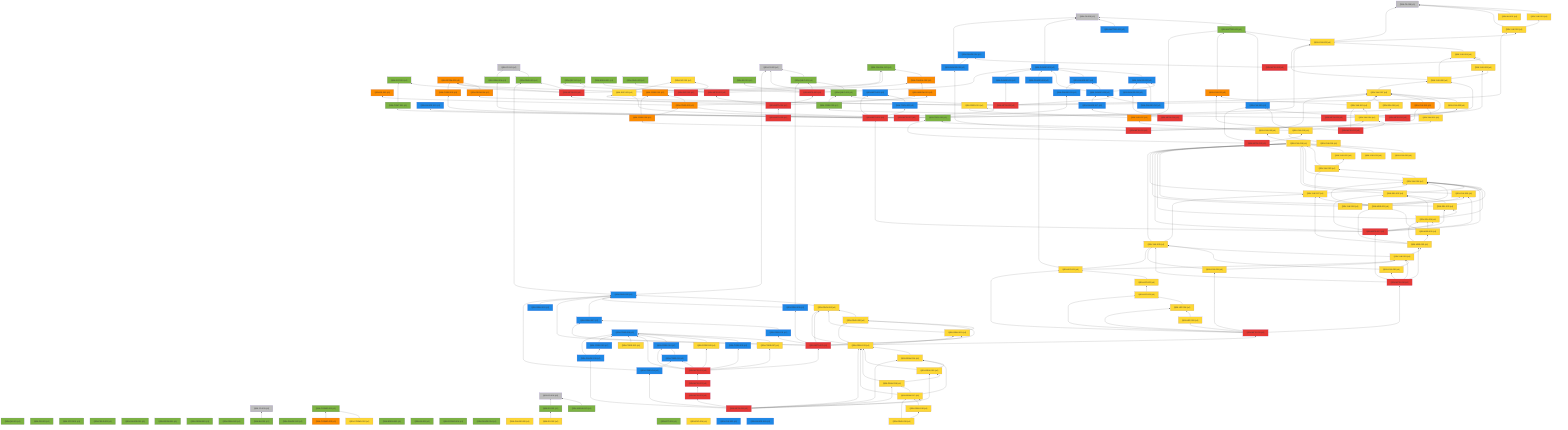
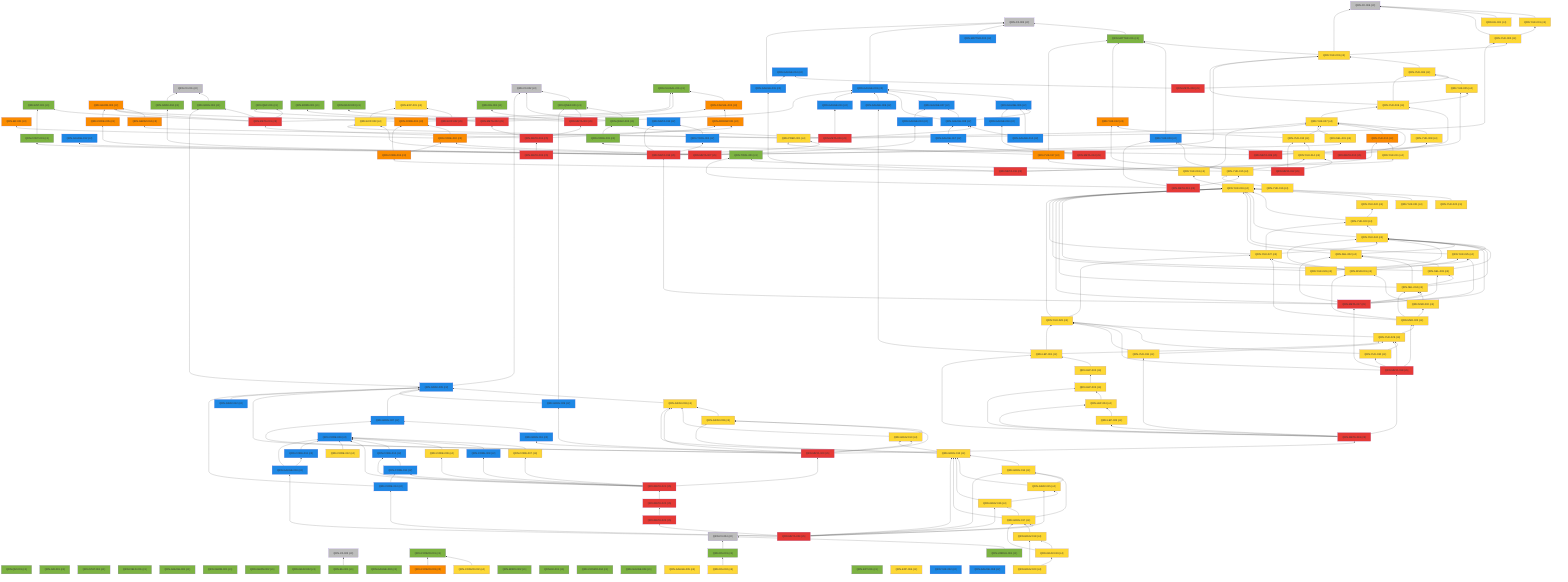
%% 自動生成 (dag/report.pl) — QRN 主張依存グラフ
graph BT
  QRN_C0_001["QRN-C0-001 (c0)"]:::c0
  QRN_C0_002["QRN-C0-002 (c0)"]:::c0
  QRN_C0_003["QRN-C0-003 (c0)"]:::c0
  QRN_C0_004["QRN-C0-004 (c0)"]:::c0
  QRN_C0_005["QRN-C0-005 (c0)"]:::c0
  QRN_C0_006["QRN-C0-006 (c0)"]:::c0
  QRN_QM_001["QRN-QM-001 (c1)"]:::c1
  QRN_GR_001["QRN-GR-001 (c1)"]:::c1
  QRN_STAT_001["QRN-STAT-001 (c1)"]:::c1
  QRN_FIELD_001["QRN-FIELD-001 (c1)"]:::c1
  QRN_GAUGE_001["QRN-GAUGE-001 (c1)"]:::c1
  QRN_ENT_001["QRN-ENT-001 (c1)"]:::c1
  QRN_GEOM_001["QRN-GEOM-001 (c1)"]:::c1
  QRN_GEOM_002["QRN-GEOM-002 (c1)"]:::c1
  QRN_GEOM_003["QRN-GEOM-003 (c3)"]:::c3
  QRN_GRAV_001["QRN-GRAV-001 (c1)"]:::c1
  QRN_GRAV_002["QRN-GRAV-002 (c1)"]:::c1
  QRN_BH_001["QRN-BH-001 (c1)"]:::c1
  QRN_CAUSAL_001["QRN-CAUSAL-001 (c1)"]:::c1
  QRN_CAUSAL_002["QRN-CAUSAL-002 (c3)"]:::c3
  QRN_ER_001["QRN-ER-001 (c3)"]:::c3
  QRN_QEC_001["QRN-QEC-001 (c1)"]:::c1
  QRN_GAUGE_002["QRN-GAUGE-002 (c1)"]:::c1
  QRN_COSMO_001["QRN-COSMO-001 (c1)"]:::c1
  QRN_COSMO_002["QRN-COSMO-002 (c4)"]:::c4
  QRN_COSMO_003["QRN-COSMO-003 (c3)"]:::c3
  QRN_BORN_001["QRN-BORN-001 (c1)"]:::c1
  QRN_BORN_002["QRN-BORN-002 (c1)"]:::c1
  QRN_GRAV_003["QRN-GRAV-003 (c1)"]:::c1
  QRN_KK_001["QRN-KK-001 (c1)"]:::c1
  QRN_MATTER_001["QRN-MATTER-001 (c1)"]:::c1
  QRN_MATTER_002["QRN-MATTER-002 (c2)"]:::c2
  QRN_COSMO_004["QRN-COSMO-004 (c1)"]:::c1
  QRN_EXP_001["QRN-EXP-001 (c4)"]:::c4
  QRN_GAUGE_003["QRN-GAUGE-003 (c2)"]:::c2
  QRN_GAUGE_004["QRN-GAUGE-004 (c1)"]:::c1
  QRN_GAUGE_005["QRN-GAUGE-005 (c4)"]:::c4
  QRN_YUK_001["QRN-YUK-001 (c4)"]:::c4
  QRN_RG_001["QRN-RG-001 (c1)"]:::c1
  QRN_UNRUH_001["QRN-UNRUH-001 (c1)"]:::c1
  QRN_QNEC_001["QRN-QNEC-001 (c1)"]:::c1
  QRN_NU_001["QRN-NU-001 (c4)"]:::c4
  QRN_GAUGE_006["QRN-GAUGE-006 (c2)"]:::c2
  QRN_DS_001["QRN-DS-001 (c1)"]:::c1
  QRN_DS_002["QRN-DS-002 (c4)"]:::c4
  QRN_ARROW_001["QRN-ARROW-001 (c3)"]:::c3
  QRN_GAUGE_007["QRN-GAUGE-007 (c2)"]:::c2
  QRN_EFT_001["QRN-EFT-001 (c1)"]:::c1
  QRN_GAUGE_008["QRN-GAUGE-008 (c2)"]:::c2
  QRN_GAUGE_009["QRN-GAUGE-009 (c2)"]:::c2
  QRN_GAUGE_010["QRN-GAUGE-010 (c2)"]:::c2
  QRN_QNEC_002["QRN-QNEC-002 (c1)"]:::c1
  QRN_GEOM_004["QRN-GEOM-004 (c3)"]:::c3
  QRN_YUK_002["QRN-YUK-002 (c4)"]:::c4
  QRN_EXP_002["QRN-EXP-002 (c5)"]:::c5
  QRN_CORE_001["QRN-CORE-001 (c3)"]:::c3
  QRN_GAUGE_011["QRN-GAUGE-011 (c2)"]:::c2
  QRN_GAUGE_012["QRN-GAUGE-012 (c2)"]:::c2
  QRN_YUK_003["QRN-YUK-003 (c4)"]:::c4
  QRN_EXP_003["QRN-EXP-003 (c4)"]:::c4
  QRN_CORE_002["QRN-CORE-002 (c3)"]:::c3
  QRN_GAUGE_013["QRN-GAUGE-013 (c2)"]:::c2
  QRN_YUK_004["QRN-YUK-004 (c4)"]:::c4
  QRN_GAUGE_014["QRN-GAUGE-014 (c2)"]:::c2
  QRN_META_001["QRN-META-001 (c5)"]:::c5
  QRN_META_002["QRN-META-002 (c5)"]:::c5
  QRN_META_003["QRN-META-003 (c5)"]:::c5
  QRN_META_004["QRN-META-004 (c5)"]:::c5
  QRN_META_005["QRN-META-005 (c5)"]:::c5
  QRN_META_006["QRN-META-006 (c5)"]:::c5
  QRN_META_007["QRN-META-007 (c5)"]:::c5
  QRN_META_008["QRN-META-008 (c5)"]:::c5
  QRN_YUK_005["QRN-YUK-005 (c4)"]:::c4
  QRN_YUK_006["QRN-YUK-006 (c4)"]:::c4
  QRN_CORE_003["QRN-CORE-003 (c1)"]:::c1
  QRN_META_009["QRN-META-009 (c5)"]:::c5
  QRN_YUK_007["QRN-YUK-007 (c4)"]:::c4
  QRN_YUK_008["QRN-YUK-008 (c4)"]:::c4
  QRN_YUK_009["QRN-YUK-009 (c2)"]:::c2
  QRN_META_010["QRN-META-010 (c5)"]:::c5
  QRN_GAUGE_015["QRN-GAUGE-015 (c2)"]:::c2
  QRN_YUK_010["QRN-YUK-010 (c3)"]:::c3
  QRN_YUK_011["QRN-YUK-011 (c4)"]:::c4
  QRN_CORE_004["QRN-CORE-004 (c3)"]:::c3
  QRN_META_011["QRN-META-011 (c5)"]:::c5
  QRN_YUK_012["QRN-YUK-012 (c3)"]:::c3
  QRN_YUK_013["QRN-YUK-013 (c4)"]:::c4
  QRN_YUK_014["QRN-YUK-014 (c4)"]:::c4
  QRN_META_012["QRN-META-012 (c5)"]:::c5
  QRN_TOOL_001["QRN-TOOL-001 (c1)"]:::c1
  QRN_YUK_015["QRN-YUK-015 (c4)"]:::c4
  QRN_META_013["QRN-META-013 (c5)"]:::c5
  QRN_GAUGE_016["QRN-GAUGE-016 (c2)"]:::c2
  QRN_GAUGE_017["QRN-GAUGE-017 (c2)"]:::c2
  QRN_META_014["QRN-META-014 (c5)"]:::c5
  QRN_META_015["QRN-META-015 (c2)"]:::c2
  QRN_TOOL_002["QRN-TOOL-002 (c2)"]:::c2
  QRN_CORE_005["QRN-CORE-005 (c3)"]:::c3
  QRN_CONT_001["QRN-CONT-001 (c1)"]:::c1
  QRN_SEL_001["QRN-SEL-001 (c4)"]:::c4
  QRN_GRAV_004["QRN-GRAV-004 (c1)"]:::c1
  QRN_PRED_001["QRN-PRED-001 (c4)"]:::c4
  QRN_META_016["QRN-META-016 (c5)"]:::c5
  QRN_YUK_016["QRN-YUK-016 (c4)"]:::c4
  QRN_YUK_017["QRN-YUK-017 (c3)"]:::c3
  QRN_YUK_018["QRN-YUK-018 (c4)"]:::c4
  QRN_YUK_019["QRN-YUK-019 (c4)"]:::c4
  QRN_YUK_020["QRN-YUK-020 (c4)"]:::c4
  QRN_YUK_021["QRN-YUK-021 (c4)"]:::c4
  QRN_YUK_022["QRN-YUK-022 (c4)"]:::c4
  QRN_YUK_023["QRN-YUK-023 (c4)"]:::c4
  QRN_YUK_024["QRN-YUK-024 (c4)"]:::c4
  QRN_YUK_025["QRN-YUK-025 (c4)"]:::c4
  QRN_SEL_002["QRN-SEL-002 (c4)"]:::c4
  QRN_SEL_003["QRN-SEL-003 (c4)"]:::c4
  QRN_SEL_004["QRN-SEL-004 (c4)"]:::c4
  QRN_META_017["QRN-META-017 (c5)"]:::c5
  QRN_YUK_026["QRN-YUK-026 (c4)"]:::c4
  QRN_YUK_027["QRN-YUK-027 (c4)"]:::c4
  QRN_MSR_001["QRN-MSR-001 (c4)"]:::c4
  QRN_MSR_002["QRN-MSR-002 (c4)"]:::c4
  QRN_MSR_003["QRN-MSR-003 (c4)"]:::c4
  QRN_YUK_028["QRN-YUK-028 (c4)"]:::c4
  QRN_YUK_029["QRN-YUK-029 (c4)"]:::c4
  QRN_YUK_030["QRN-YUK-030 (c4)"]:::c4
  QRN_META_018["QRN-META-018 (c5)"]:::c5
  QRN_YUK_031["QRN-YUK-031 (c4)"]:::c4
  QRN_LEP_001["QRN-LEP-001 (c4)"]:::c4
  QRN_LEP_002["QRN-LEP-002 (c4)"]:::c4
  QRN_LEP_003["QRN-LEP-003 (c4)"]:::c4
  QRN_LEP_004["QRN-LEP-004 (c4)"]:::c4
  QRN_LEP_005["QRN-LEP-005 (c4)"]:::c4
  QRN_META_019["QRN-META-019 (c5)"]:::c5
  QRN_GRAV_005["QRN-GRAV-005 (c2)"]:::c2
  QRN_GRAV_006["QRN-GRAV-006 (c4)"]:::c4
  QRN_GRAV_007["QRN-GRAV-007 (c2)"]:::c2
  QRN_GRAV_008["QRN-GRAV-008 (c4)"]:::c4
  QRN_GRAV_009["QRN-GRAV-009 (c2)"]:::c2
  QRN_GRAV_010["QRN-GRAV-010 (c4)"]:::c4
  QRN_GRAV_011["QRN-GRAV-011 (c2)"]:::c2
  QRN_META_020["QRN-META-020 (c5)"]:::c5
  QRN_CORE_006["QRN-CORE-006 (c2)"]:::c2
  QRN_CORE_007["QRN-CORE-007 (c4)"]:::c4
  QRN_CORE_008["QRN-CORE-008 (c2)"]:::c2
  QRN_CORE_009["QRN-CORE-009 (c4)"]:::c4
  QRN_CORE_010["QRN-CORE-010 (c2)"]:::c2
  QRN_CORE_011["QRN-CORE-011 (c2)"]:::c2
  QRN_META_021["QRN-META-021 (c5)"]:::c5
  QRN_CORE_012["QRN-CORE-012 (c4)"]:::c4
  QRN_EXP_004["QRN-EXP-004 (c4)"]:::c4
  QRN_CORE_013["QRN-CORE-013 (c2)"]:::c2
  QRN_GRAV_012["QRN-GRAV-012 (c2)"]:::c2
  QRN_YUK_032["QRN-YUK-032 (c2)"]:::c2
  QRN_GAUGE_018["QRN-GAUGE-018 (c2)"]:::c2
  QRN_META_022["QRN-META-022 (c5)"]:::c5
  QRN_META_023["QRN-META-023 (c5)"]:::c5
  QRN_CORE_014["QRN-CORE-014 (c2)"]:::c2
  QRN_GRAV_013["QRN-GRAV-013 (c4)"]:::c4
  QRN_GRAV_014["QRN-GRAV-014 (c4)"]:::c4
  QRN_GRAV_015["QRN-GRAV-015 (c4)"]:::c4
  QRN_GRAV_016["QRN-GRAV-016 (c4)"]:::c4
  QRN_GRAV_017["QRN-GRAV-017 (c4)"]:::c4
  QRN_GAUGE_019["QRN-GAUGE-019 (c2)"]:::c2
  QRN_META_024["QRN-META-024 (c5)"]:::c5
  QRN_GRAV_018["QRN-GRAV-018 (c4)"]:::c4
  QRN_GRAV_019["QRN-GRAV-019 (c4)"]:::c4
+   QRN_GRAV_020["QRN-GRAV-020 (c4)"]:::c4
  QRN_GRAV_001 --> QRN_C0_001
  QRN_BH_001 --> QRN_C0_003
  QRN_CAUSAL_002 --> QRN_CAUSAL_001
  QRN_COSMO_002 --> QRN_COSMO_001
  QRN_COSMO_003 --> QRN_COSMO_001
  QRN_MATTER_001 --> QRN_C0_005
  QRN_MATTER_002 --> QRN_C0_005
  QRN_GAUGE_003 --> QRN_C0_005
  QRN_YUK_001 --> QRN_C0_006
  QRN_UNRUH_001 --> QRN_C0_004
  QRN_QNEC_001 --> QRN_C0_002
  QRN_NU_001 --> QRN_C0_006
  QRN_GAUGE_006 --> QRN_GAUGE_003
  QRN_DS_001 --> QRN_C0_004
  QRN_DS_002 --> QRN_DS_001
  QRN_ARROW_001 --> QRN_CAUSAL_002
  QRN_GAUGE_007 --> QRN_GAUGE_003
  QRN_GAUGE_008 --> QRN_GAUGE_003
  QRN_GAUGE_008 --> QRN_GAUGE_006
  QRN_GAUGE_008 --> QRN_GAUGE_007
  QRN_GAUGE_009 --> QRN_GAUGE_003
  QRN_GAUGE_010 --> QRN_GAUGE_006
  QRN_GAUGE_010 --> QRN_GAUGE_008
  QRN_QNEC_002 --> QRN_C0_002
  QRN_QNEC_002 --> QRN_QNEC_001
  QRN_GEOM_004 --> QRN_GEOM_003
  QRN_YUK_002 --> QRN_C0_006
  QRN_YUK_002 --> QRN_YUK_001
  QRN_EXP_002 --> QRN_EXP_001
  QRN_CORE_001 --> QRN_GEOM_003
  QRN_CORE_001 --> QRN_CAUSAL_001
  QRN_GAUGE_011 --> QRN_GAUGE_003
  QRN_YUK_003 --> QRN_C0_006
  QRN_YUK_003 --> QRN_MATTER_001
  QRN_YUK_003 --> QRN_YUK_002
  QRN_EXP_003 --> QRN_EXP_001
  QRN_CORE_002 --> QRN_CORE_001
  QRN_CORE_002 --> QRN_ER_001
  QRN_CORE_002 --> QRN_ARROW_001
  QRN_GAUGE_013 --> QRN_GAUGE_007
  QRN_YUK_004 --> QRN_YUK_003
  QRN_META_001 --> QRN_GEOM_003
  QRN_META_001 --> QRN_GRAV_001
  QRN_META_001 --> QRN_CAUSAL_001
  QRN_META_001 --> QRN_QEC_001
  QRN_META_001 --> QRN_ENT_001
  QRN_META_002 --> QRN_QEC_001
  QRN_META_002 --> QRN_BORN_001
  QRN_META_002 --> QRN_CAUSAL_002
  QRN_META_003 --> QRN_GAUGE_003
  QRN_META_003 --> QRN_RG_001
  QRN_META_003 --> QRN_QNEC_001
  QRN_META_003 --> QRN_GRAV_003
  QRN_META_004 --> QRN_META_001
  QRN_META_004 --> QRN_META_002
  QRN_META_004 --> QRN_META_003
  QRN_META_004 --> QRN_ARROW_001
  QRN_META_005 --> QRN_META_004
  QRN_META_006 --> QRN_GAUGE_008
  QRN_META_006 --> QRN_QNEC_002
  QRN_META_006 --> QRN_GEOM_004
  QRN_META_006 --> QRN_YUK_002
  QRN_META_006 --> QRN_GAUGE_011
  QRN_META_007 --> QRN_GAUGE_012
  QRN_META_007 --> QRN_YUK_003
  QRN_META_007 --> QRN_EXP_003
  QRN_META_007 --> QRN_CORE_002
  QRN_META_007 --> QRN_GAUGE_013
  QRN_META_008 --> QRN_YUK_004
  QRN_META_008 --> QRN_GAUGE_014
  QRN_YUK_005 --> QRN_YUK_004
  QRN_YUK_006 --> QRN_YUK_003
  QRN_YUK_006 --> QRN_YUK_004
  QRN_YUK_006 --> QRN_YUK_005
  QRN_CORE_003 --> QRN_QNEC_002
  QRN_META_009 --> QRN_YUK_005
  QRN_META_009 --> QRN_YUK_006
  QRN_META_009 --> QRN_CORE_003
  QRN_YUK_007 --> QRN_YUK_006
  QRN_YUK_008 --> QRN_YUK_007
  QRN_YUK_009 --> QRN_MATTER_001
  QRN_META_010 --> QRN_YUK_007
  QRN_META_010 --> QRN_YUK_008
  QRN_META_010 --> QRN_YUK_009
  QRN_GAUGE_015 --> QRN_C0_005
  QRN_GAUGE_015 --> QRN_GAUGE_014
  QRN_YUK_010 --> QRN_YUK_007
  QRN_YUK_011 --> QRN_YUK_010
  QRN_CORE_004 --> QRN_CORE_001
  QRN_CORE_004 --> QRN_CORE_002
  QRN_META_011 --> QRN_GAUGE_015
  QRN_META_011 --> QRN_YUK_010
  QRN_META_011 --> QRN_YUK_011
  QRN_META_011 --> QRN_CORE_004
  QRN_YUK_012 --> QRN_MATTER_001
  QRN_YUK_013 --> QRN_YUK_012
  QRN_YUK_013 --> QRN_YUK_007
  QRN_YUK_014 --> QRN_YUK_013
  QRN_META_012 --> QRN_YUK_012
  QRN_META_012 --> QRN_YUK_013
  QRN_META_012 --> QRN_YUK_014
  QRN_YUK_015 --> QRN_YUK_014
  QRN_YUK_015 --> QRN_TOOL_001
  QRN_YUK_015 --> QRN_YUK_009
  QRN_META_013 --> QRN_YUK_015
  QRN_META_013 --> QRN_TOOL_001
  QRN_META_013 --> QRN_YUK_009
  QRN_GAUGE_016 --> QRN_GAUGE_006
  QRN_GAUGE_017 --> QRN_GAUGE_008
  QRN_META_014 --> QRN_GAUGE_016
  QRN_META_014 --> QRN_GAUGE_017
  QRN_TOOL_002 --> QRN_META_015
  QRN_CORE_005 --> QRN_GEOM_003
  QRN_CONT_001 --> QRN_ENT_001
  QRN_SEL_001 --> QRN_YUK_007
  QRN_GRAV_004 --> QRN_C0_001
  QRN_PRED_001 --> QRN_YUK_007
  QRN_PRED_001 --> QRN_EXP_003
  QRN_META_016 --> QRN_META_015
  QRN_META_016 --> QRN_TOOL_002
  QRN_META_016 --> QRN_CORE_005
  QRN_META_016 --> QRN_CONT_001
  QRN_META_016 --> QRN_SEL_001
  QRN_META_016 --> QRN_GRAV_004
  QRN_META_016 --> QRN_PRED_001
  QRN_YUK_016 --> QRN_YUK_015
  QRN_YUK_017 --> QRN_MATTER_001
  QRN_YUK_017 --> QRN_PRED_001
  QRN_YUK_018 --> QRN_YUK_017
  QRN_YUK_018 --> QRN_YUK_007
  QRN_YUK_019 --> QRN_YUK_018
  QRN_YUK_020 --> QRN_YUK_019
  QRN_YUK_021 --> QRN_YUK_019
  QRN_YUK_022 --> QRN_YUK_019
  QRN_YUK_023 --> QRN_YUK_019
  QRN_YUK_023 --> QRN_YUK_022
  QRN_YUK_024 --> QRN_YUK_019
  QRN_YUK_024 --> QRN_YUK_023
  QRN_YUK_025 --> QRN_YUK_019
  QRN_YUK_025 --> QRN_YUK_024
  QRN_SEL_002 --> QRN_YUK_019
  QRN_SEL_002 --> QRN_YUK_024
  QRN_SEL_003 --> QRN_YUK_019
  QRN_SEL_003 --> QRN_YUK_024
  QRN_SEL_003 --> QRN_SEL_002
  QRN_SEL_004 --> QRN_YUK_019
  QRN_SEL_004 --> QRN_YUK_024
  QRN_SEL_004 --> QRN_SEL_002
  QRN_SEL_004 --> QRN_SEL_003
  QRN_META_017 --> QRN_META_016
  QRN_META_017 --> QRN_YUK_019
  QRN_META_017 --> QRN_YUK_024
  QRN_META_017 --> QRN_YUK_025
  QRN_META_017 --> QRN_SEL_002
  QRN_META_017 --> QRN_SEL_003
  QRN_META_017 --> QRN_SEL_004
  QRN_YUK_026 --> QRN_YUK_019
  QRN_YUK_026 --> QRN_YUK_024
  QRN_YUK_026 --> QRN_YUK_025
  QRN_YUK_027 --> QRN_YUK_019
  QRN_YUK_027 --> QRN_YUK_023
  QRN_YUK_027 --> QRN_YUK_024
  QRN_MSR_001 --> QRN_YUK_024
  QRN_MSR_001 --> QRN_YUK_025
  QRN_MSR_001 --> QRN_YUK_027
  QRN_MSR_002 --> QRN_SEL_004
  QRN_MSR_002 --> QRN_MSR_001
  QRN_MSR_003 --> QRN_MSR_001
  QRN_MSR_003 --> QRN_MSR_002
  QRN_MSR_003 --> QRN_SEL_004
  QRN_MSR_003 --> QRN_YUK_027
  QRN_YUK_028 --> QRN_YUK_019
  QRN_YUK_028 --> QRN_YUK_027
  QRN_YUK_029 --> QRN_YUK_028
  QRN_YUK_029 --> QRN_MSR_003
  QRN_YUK_030 --> QRN_YUK_028
  QRN_YUK_030 --> QRN_YUK_029
  QRN_META_018 --> QRN_META_017
  QRN_META_018 --> QRN_MSR_003
  QRN_META_018 --> QRN_YUK_028
  QRN_META_018 --> QRN_YUK_029
  QRN_META_018 --> QRN_YUK_030
  QRN_YUK_031 --> QRN_YUK_028
  QRN_YUK_031 --> QRN_YUK_029
  QRN_LEP_001 --> QRN_YUK_028
  QRN_LEP_001 --> QRN_YUK_029
  QRN_LEP_001 --> QRN_GAUGE_009
  QRN_LEP_002 --> QRN_LEP_001
  QRN_LEP_003 --> QRN_LEP_002
  QRN_LEP_004 --> QRN_LEP_003
  QRN_LEP_005 --> QRN_LEP_004
  QRN_META_019 --> QRN_META_018
  QRN_META_019 --> QRN_YUK_031
  QRN_META_019 --> QRN_LEP_001
  QRN_META_019 --> QRN_LEP_003
  QRN_META_019 --> QRN_LEP_004
  QRN_META_019 --> QRN_LEP_005
  QRN_GRAV_005 --> QRN_C0_002
  QRN_GRAV_005 --> QRN_GRAV_001
  QRN_GRAV_006 --> QRN_GRAV_005
  QRN_GRAV_007 --> QRN_GRAV_005
  QRN_GRAV_008 --> QRN_GRAV_006
  QRN_GRAV_009 --> QRN_GRAV_005
  QRN_GRAV_009 --> QRN_QNEC_001
  QRN_GRAV_010 --> QRN_GRAV_006
  QRN_GRAV_010 --> QRN_GRAV_008
  QRN_GRAV_011 --> QRN_GRAV_007
  QRN_META_020 --> QRN_META_019
  QRN_META_020 --> QRN_GRAV_005
  QRN_META_020 --> QRN_GRAV_006
  QRN_META_020 --> QRN_GRAV_007
  QRN_META_020 --> QRN_GRAV_008
  QRN_META_020 --> QRN_GRAV_009
  QRN_META_020 --> QRN_GRAV_010
  QRN_META_020 --> QRN_GRAV_011
  QRN_CORE_007 --> QRN_CORE_006
  QRN_CORE_008 --> QRN_CORE_006
  QRN_CORE_009 --> QRN_CORE_006
  QRN_CORE_010 --> QRN_CORE_006
  QRN_CORE_011 --> QRN_CORE_010
  QRN_META_021 --> QRN_META_020
  QRN_META_021 --> QRN_CORE_006
  QRN_META_021 --> QRN_CORE_007
  QRN_META_021 --> QRN_CORE_008
  QRN_META_021 --> QRN_CORE_009
  QRN_META_021 --> QRN_CORE_010
  QRN_META_021 --> QRN_CORE_011
  QRN_CORE_012 --> QRN_CORE_006
  QRN_CORE_013 --> QRN_CORE_006
  QRN_GRAV_012 --> QRN_GRAV_005
  QRN_META_022 --> QRN_META_021
  QRN_META_023 --> QRN_META_022
  QRN_CORE_014 --> QRN_CORE_011
  QRN_CORE_014 --> QRN_GRAV_005
  QRN_GRAV_013 --> QRN_GRAV_006
  QRN_GRAV_013 --> QRN_GRAV_008
  QRN_GRAV_013 --> QRN_GRAV_010
  QRN_GRAV_014 --> QRN_GRAV_013
  QRN_GRAV_015 --> QRN_GRAV_013
  QRN_GRAV_015 --> QRN_GRAV_014
  QRN_GRAV_016 --> QRN_GRAV_013
  QRN_GRAV_016 --> QRN_GRAV_015
  QRN_GRAV_017 --> QRN_GRAV_013
  QRN_GRAV_017 --> QRN_GRAV_014
  QRN_GRAV_017 --> QRN_GRAV_016
  QRN_GAUGE_019 --> QRN_CORE_006
  QRN_GAUGE_019 --> QRN_CORE_013
  QRN_META_024 --> QRN_CORE_014
  QRN_META_024 --> QRN_GRAV_013
  QRN_META_024 --> QRN_GRAV_014
  QRN_META_024 --> QRN_GRAV_015
  QRN_META_024 --> QRN_GRAV_016
  QRN_META_024 --> QRN_GRAV_017
  QRN_META_024 --> QRN_GAUGE_019
  QRN_META_024 --> QRN_META_023
  QRN_GRAV_018 --> QRN_GRAV_017
  QRN_GRAV_019 --> QRN_GRAV_017
  QRN_GRAV_019 --> QRN_GRAV_018
+   QRN_GRAV_020 --> QRN_GRAV_018
+   QRN_GRAV_020 --> QRN_GRAV_019
  classDef c0 fill:#bdbdbd
  classDef c1 fill:#7cb342
  classDef c2 fill:#1e88e5
  classDef c3 fill:#fb8c00
  classDef c4 fill:#fdd835
  classDef c5 fill:#e53935
